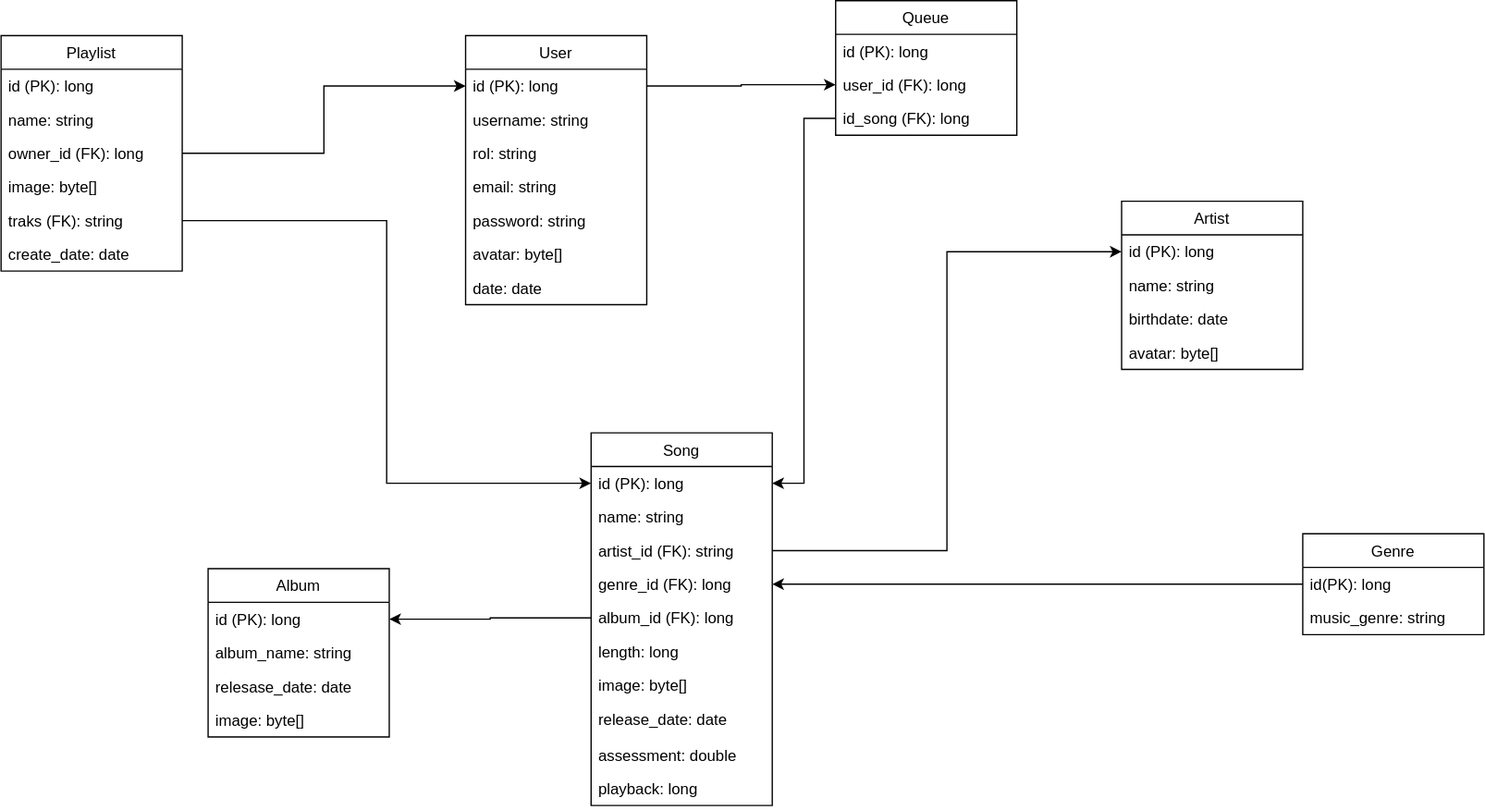
Earlier version of the draw.io export public/diagrama_UML.svg (Luisgb98/PFB-Kreitekfy). Source tidied: cells renumbered, new cells last; positions are measured from the earlier drawing's top-left corner, leaving out a move shared by most shapes. The source it was exported from:
```xml
<mxGraphModel>
  <root>
    <mxCell id="0" />
    <mxCell id="1" parent="0" />
    <mxCell id="2" value="Song" style="swimlane;fontStyle=0;horizontal=1;startSize=26;fillColor=none;" parent="1" vertex="1">
      <mxGeometry x="456" y="334" width="140" height="288" as="geometry" />
    </mxCell>
    <mxCell id="3" value="id (PK): long" style="text;strokeColor=none;fillColor=none;align=left;verticalAlign=top;spacingLeft=4;spacingRight=4;overflow=hidden;points=[[0,0.5],[1,0.5]];portConstraint=eastwest;" parent="2" vertex="1">
      <mxGeometry y="26" width="140" height="26" as="geometry" />
    </mxCell>
    <mxCell id="4" value="name: string" style="text;strokeColor=none;fillColor=none;align=left;verticalAlign=top;spacingLeft=4;spacingRight=4;overflow=hidden;" parent="2" vertex="1">
      <mxGeometry y="52" width="140" height="26" as="geometry" />
    </mxCell>
    <mxCell id="5" value="artist_id (FK): string" style="text;strokeColor=none;fillColor=none;align=left;verticalAlign=top;spacingLeft=4;spacingRight=4;overflow=hidden;points=[[0,0.5],[1,0.5]];portConstraint=eastwest;" parent="2" vertex="1">
      <mxGeometry y="78" width="140" height="26" as="geometry" />
    </mxCell>
    <mxCell id="6" value="genre_id (FK): long" style="text;strokeColor=none;fillColor=none;align=left;verticalAlign=top;spacingLeft=4;spacingRight=4;overflow=hidden;points=[[0,0.5],[1,0.5]];portConstraint=eastwest;" parent="2" vertex="1">
      <mxGeometry y="104" width="140" height="26" as="geometry" />
    </mxCell>
    <mxCell id="7" value="album_id (FK): long" style="text;strokeColor=none;fillColor=none;align=left;verticalAlign=top;spacingLeft=4;spacingRight=4;overflow=hidden;points=[[0,0.5],[1,0.5]];portConstraint=eastwest;" parent="2" vertex="1">
      <mxGeometry y="130" width="140" height="26" as="geometry" />
    </mxCell>
    <mxCell id="8" value="length: long" style="text;strokeColor=none;fillColor=none;align=left;verticalAlign=top;spacingLeft=4;spacingRight=4;overflow=hidden;" parent="2" vertex="1">
      <mxGeometry y="156" width="140" height="26" as="geometry" />
    </mxCell>
    <mxCell id="9" value="image: byte[]" style="text;strokeColor=none;fillColor=none;align=left;verticalAlign=top;spacingLeft=4;spacingRight=4;overflow=hidden;" parent="2" vertex="1">
      <mxGeometry y="182" width="140" height="26" as="geometry" />
    </mxCell>
    <mxCell id="10" value="release_date: date" style="text;strokeColor=none;fillColor=none;align=left;verticalAlign=top;spacingLeft=4;spacingRight=4;overflow=hidden;" parent="2" vertex="1">
      <mxGeometry y="208" width="140" height="28" as="geometry" />
    </mxCell>
    <mxCell id="11" value="assessment: double" style="text;strokeColor=none;fillColor=none;align=left;verticalAlign=top;spacingLeft=4;spacingRight=4;overflow=hidden;" parent="2" vertex="1">
      <mxGeometry y="236" width="140" height="26" as="geometry" />
    </mxCell>
    <mxCell id="12" value="playback: long" style="text;strokeColor=none;fillColor=none;align=left;verticalAlign=top;spacingLeft=4;spacingRight=4;overflow=hidden;" parent="2" vertex="1">
      <mxGeometry y="262" width="140" height="26" as="geometry" />
    </mxCell>
    <mxCell id="13" value="User" style="swimlane;fontStyle=0;horizontal=1;startSize=26;fillColor=none;" parent="1" vertex="1">
      <mxGeometry x="359" y="27" width="140" height="208" as="geometry" />
    </mxCell>
    <mxCell id="14" value="id (PK): long" style="text;strokeColor=none;fillColor=none;align=left;verticalAlign=top;spacingLeft=4;spacingRight=4;overflow=hidden;points=[[0,0.5],[1,0.5]];portConstraint=eastwest;" parent="13" vertex="1">
      <mxGeometry y="26" width="140" height="26" as="geometry" />
    </mxCell>
    <mxCell id="15" value="username: string" style="text;strokeColor=none;fillColor=none;align=left;verticalAlign=top;spacingLeft=4;spacingRight=4;overflow=hidden;" parent="13" vertex="1">
      <mxGeometry y="52" width="140" height="26" as="geometry" />
    </mxCell>
    <mxCell id="16" value="rol: string" style="text;strokeColor=none;fillColor=none;align=left;verticalAlign=top;spacingLeft=4;spacingRight=4;overflow=hidden;" parent="13" vertex="1">
      <mxGeometry y="78" width="140" height="26" as="geometry" />
    </mxCell>
    <mxCell id="17" value="email: string" style="text;strokeColor=none;fillColor=none;align=left;verticalAlign=top;spacingLeft=4;spacingRight=4;overflow=hidden;" parent="13" vertex="1">
      <mxGeometry y="104" width="140" height="26" as="geometry" />
    </mxCell>
    <mxCell id="18" value="password: string" style="text;strokeColor=none;fillColor=none;align=left;verticalAlign=top;spacingLeft=4;spacingRight=4;overflow=hidden;" parent="13" vertex="1">
      <mxGeometry y="130" width="140" height="26" as="geometry" />
    </mxCell>
    <mxCell id="19" value="avatar: byte[]" style="text;strokeColor=none;fillColor=none;align=left;verticalAlign=top;spacingLeft=4;spacingRight=4;overflow=hidden;" parent="13" vertex="1">
      <mxGeometry y="156" width="140" height="26" as="geometry" />
    </mxCell>
    <mxCell id="20" value="date: date" style="text;strokeColor=none;fillColor=none;align=left;verticalAlign=top;spacingLeft=4;spacingRight=4;overflow=hidden;" parent="13" vertex="1">
      <mxGeometry y="182" width="140" height="26" as="geometry" />
    </mxCell>
    <mxCell id="21" value="Artist" style="swimlane;fontStyle=0;horizontal=1;startSize=26;fillColor=none;" parent="1" vertex="1">
      <mxGeometry x="866" y="155" width="140" height="130" as="geometry" />
    </mxCell>
    <mxCell id="22" value="id (PK): long" style="text;strokeColor=none;fillColor=none;align=left;verticalAlign=top;spacingLeft=4;spacingRight=4;overflow=hidden;points=[[0,0.5],[1,0.5]];portConstraint=eastwest;" parent="21" vertex="1">
      <mxGeometry y="26" width="140" height="26" as="geometry" />
    </mxCell>
    <mxCell id="23" value="name: string" style="text;strokeColor=none;fillColor=none;align=left;verticalAlign=top;spacingLeft=4;spacingRight=4;overflow=hidden;" parent="21" vertex="1">
      <mxGeometry y="52" width="140" height="26" as="geometry" />
    </mxCell>
    <mxCell id="24" value="birthdate: date" style="text;strokeColor=none;fillColor=none;align=left;verticalAlign=top;spacingLeft=4;spacingRight=4;overflow=hidden;" parent="21" vertex="1">
      <mxGeometry y="78" width="140" height="26" as="geometry" />
    </mxCell>
    <mxCell id="25" value="avatar: byte[]" style="text;strokeColor=none;fillColor=none;align=left;verticalAlign=top;spacingLeft=4;spacingRight=4;overflow=hidden;" parent="21" vertex="1">
      <mxGeometry y="104" width="140" height="26" as="geometry" />
    </mxCell>
    <mxCell id="26" value="Album" style="swimlane;fontStyle=0;horizontal=1;startSize=26;fillColor=none;" parent="1" vertex="1">
      <mxGeometry x="160" y="439" width="140" height="130" as="geometry" />
    </mxCell>
    <mxCell id="27" value="id (PK): long" style="text;strokeColor=none;fillColor=none;align=left;verticalAlign=top;spacingLeft=4;spacingRight=4;overflow=hidden;points=[[0,0.5],[1,0.5]];portConstraint=eastwest;" parent="26" vertex="1">
      <mxGeometry y="26" width="140" height="26" as="geometry" />
    </mxCell>
    <mxCell id="28" value="album_name: string" style="text;strokeColor=none;fillColor=none;align=left;verticalAlign=top;spacingLeft=4;spacingRight=4;overflow=hidden;" parent="26" vertex="1">
      <mxGeometry y="52" width="140" height="26" as="geometry" />
    </mxCell>
    <mxCell id="29" value="relesase_date: date" style="text;strokeColor=none;fillColor=none;align=left;verticalAlign=top;spacingLeft=4;spacingRight=4;overflow=hidden;" parent="26" vertex="1">
      <mxGeometry y="78" width="140" height="26" as="geometry" />
    </mxCell>
    <mxCell id="30" value="image: byte[]" style="text;strokeColor=none;fillColor=none;align=left;verticalAlign=top;spacingLeft=4;spacingRight=4;overflow=hidden;" parent="26" vertex="1">
      <mxGeometry y="104" width="140" height="26" as="geometry" />
    </mxCell>
    <mxCell id="31" value="Genre" style="swimlane;fontStyle=0;horizontal=1;startSize=26;fillColor=none;" parent="1" vertex="1">
      <mxGeometry x="1006" y="412" width="140" height="78" as="geometry" />
    </mxCell>
    <mxCell id="32" value="id(PK): long" style="text;strokeColor=none;fillColor=none;align=left;verticalAlign=top;spacingLeft=4;spacingRight=4;overflow=hidden;points=[[0,0.5],[1,0.5]];portConstraint=eastwest;" parent="31" vertex="1">
      <mxGeometry y="26" width="140" height="26" as="geometry" />
    </mxCell>
    <mxCell id="33" value="music_genre: string" style="text;strokeColor=none;fillColor=none;align=left;verticalAlign=top;spacingLeft=4;spacingRight=4;overflow=hidden;" parent="31" vertex="1">
      <mxGeometry y="52" width="140" height="26" as="geometry" />
    </mxCell>
    <mxCell id="34" style="edgeStyle=orthogonalEdgeStyle;rounded=0;jettySize=auto;html=1;exitX=0;exitY=0.5;exitDx=0;exitDy=0;entryX=1;entryY=0.5;entryDx=0;entryDy=0;" parent="1" edge="1" source="32" target="6">
      <mxGeometry relative="1" as="geometry" />
    </mxCell>
    <mxCell id="35" style="edgeStyle=orthogonalEdgeStyle;rounded=0;jettySize=auto;html=1;exitX=1;exitY=0.5;exitDx=0;exitDy=0;entryX=0;entryY=0.5;entryDx=0;entryDy=0;" parent="1" edge="1" source="5" target="22">
      <mxGeometry relative="1" as="geometry" />
    </mxCell>
    <mxCell id="36" value="Queue" style="swimlane;fontStyle=0;horizontal=1;startSize=26;fillColor=none;" parent="1" vertex="1">
      <mxGeometry x="645" width="140" height="104" as="geometry" />
    </mxCell>
    <mxCell id="37" value="id (PK): long" style="text;strokeColor=none;fillColor=none;align=left;verticalAlign=top;spacingLeft=4;spacingRight=4;overflow=hidden;" parent="36" vertex="1">
      <mxGeometry y="26" width="140" height="26" as="geometry" />
    </mxCell>
    <mxCell id="38" value="user_id (FK): long" style="text;strokeColor=none;fillColor=none;align=left;verticalAlign=top;spacingLeft=4;spacingRight=4;overflow=hidden;points=[[0,0.5],[1,0.5]];portConstraint=eastwest;" parent="36" vertex="1">
      <mxGeometry y="52" width="140" height="26" as="geometry" />
    </mxCell>
    <mxCell id="39" value="id_song (FK): long" style="text;strokeColor=none;fillColor=none;align=left;verticalAlign=top;spacingLeft=4;spacingRight=4;overflow=hidden;points=[[0,0.5],[1,0.5]];portConstraint=eastwest;" parent="36" vertex="1">
      <mxGeometry y="78" width="140" height="26" as="geometry" />
    </mxCell>
    <mxCell id="40" style="edgeStyle=orthogonalEdgeStyle;rounded=0;jettySize=auto;html=1;exitX=0;exitY=0.5;exitDx=0;exitDy=0;" parent="1" edge="1" source="7" target="27">
      <mxGeometry relative="1" as="geometry" />
    </mxCell>
    <mxCell id="41" style="edgeStyle=orthogonalEdgeStyle;rounded=0;jettySize=auto;html=1;exitX=0;exitY=0.5;exitDx=0;exitDy=0;entryX=1;entryY=0.5;entryDx=0;entryDy=0;" parent="1" edge="1" source="39" target="3">
      <mxGeometry relative="1" as="geometry" />
    </mxCell>
    <mxCell id="42" style="edgeStyle=orthogonalEdgeStyle;rounded=0;jettySize=auto;html=1;exitX=1;exitY=0.5;exitDx=0;exitDy=0;entryX=0;entryY=0.5;entryDx=0;entryDy=0;" parent="1" edge="1" source="14" target="38">
      <mxGeometry relative="1" as="geometry" />
    </mxCell>
    <mxCell id="43" value="Playlist" style="swimlane;fontStyle=0;horizontal=1;startSize=26;fillColor=none;" parent="1" vertex="1">
      <mxGeometry y="27" width="140" height="182" as="geometry" />
    </mxCell>
    <mxCell id="44" value="id (PK): long" style="text;strokeColor=none;fillColor=none;align=left;verticalAlign=top;spacingLeft=4;spacingRight=4;overflow=hidden;" parent="43" vertex="1">
      <mxGeometry y="26" width="140" height="26" as="geometry" />
    </mxCell>
    <mxCell id="45" value="name: string" style="text;strokeColor=none;fillColor=none;align=left;verticalAlign=top;spacingLeft=4;spacingRight=4;overflow=hidden;" parent="43" vertex="1">
      <mxGeometry y="52" width="140" height="26" as="geometry" />
    </mxCell>
    <mxCell id="46" value="owner_id (FK): long" style="text;strokeColor=none;fillColor=none;align=left;verticalAlign=top;spacingLeft=4;spacingRight=4;overflow=hidden;points=[[0,0.5],[1,0.5]];portConstraint=eastwest;" parent="43" vertex="1">
      <mxGeometry y="78" width="140" height="26" as="geometry" />
    </mxCell>
    <mxCell id="47" value="image: byte[]" style="text;strokeColor=none;fillColor=none;align=left;verticalAlign=top;spacingLeft=4;spacingRight=4;overflow=hidden;" parent="43" vertex="1">
      <mxGeometry y="104" width="140" height="26" as="geometry" />
    </mxCell>
    <mxCell id="48" value="traks (FK): string" style="text;strokeColor=none;fillColor=none;align=left;verticalAlign=top;spacingLeft=4;spacingRight=4;overflow=hidden;points=[[0,0.5],[1,0.5]];portConstraint=eastwest;" parent="43" vertex="1">
      <mxGeometry y="130" width="140" height="26" as="geometry" />
    </mxCell>
    <mxCell id="49" value="create_date: date" style="text;strokeColor=none;fillColor=none;align=left;verticalAlign=top;spacingLeft=4;spacingRight=4;overflow=hidden;" parent="43" vertex="1">
      <mxGeometry y="156" width="140" height="26" as="geometry" />
    </mxCell>
    <mxCell id="50" style="edgeStyle=orthogonalEdgeStyle;rounded=0;jettySize=auto;html=1;exitX=1;exitY=0.5;exitDx=0;exitDy=0;entryX=0;entryY=0.5;entryDx=0;entryDy=0;" parent="1" edge="1" source="46" target="14">
      <mxGeometry relative="1" as="geometry" />
    </mxCell>
    <mxCell id="51" style="edgeStyle=orthogonalEdgeStyle;rounded=0;jettySize=auto;html=1;exitX=1;exitY=0.5;exitDx=0;exitDy=0;entryX=0;entryY=0.5;entryDx=0;entryDy=0;" parent="1" edge="1" source="48" target="3">
      <mxGeometry relative="1" as="geometry" />
    </mxCell>
  </root>
</mxGraphModel>
```
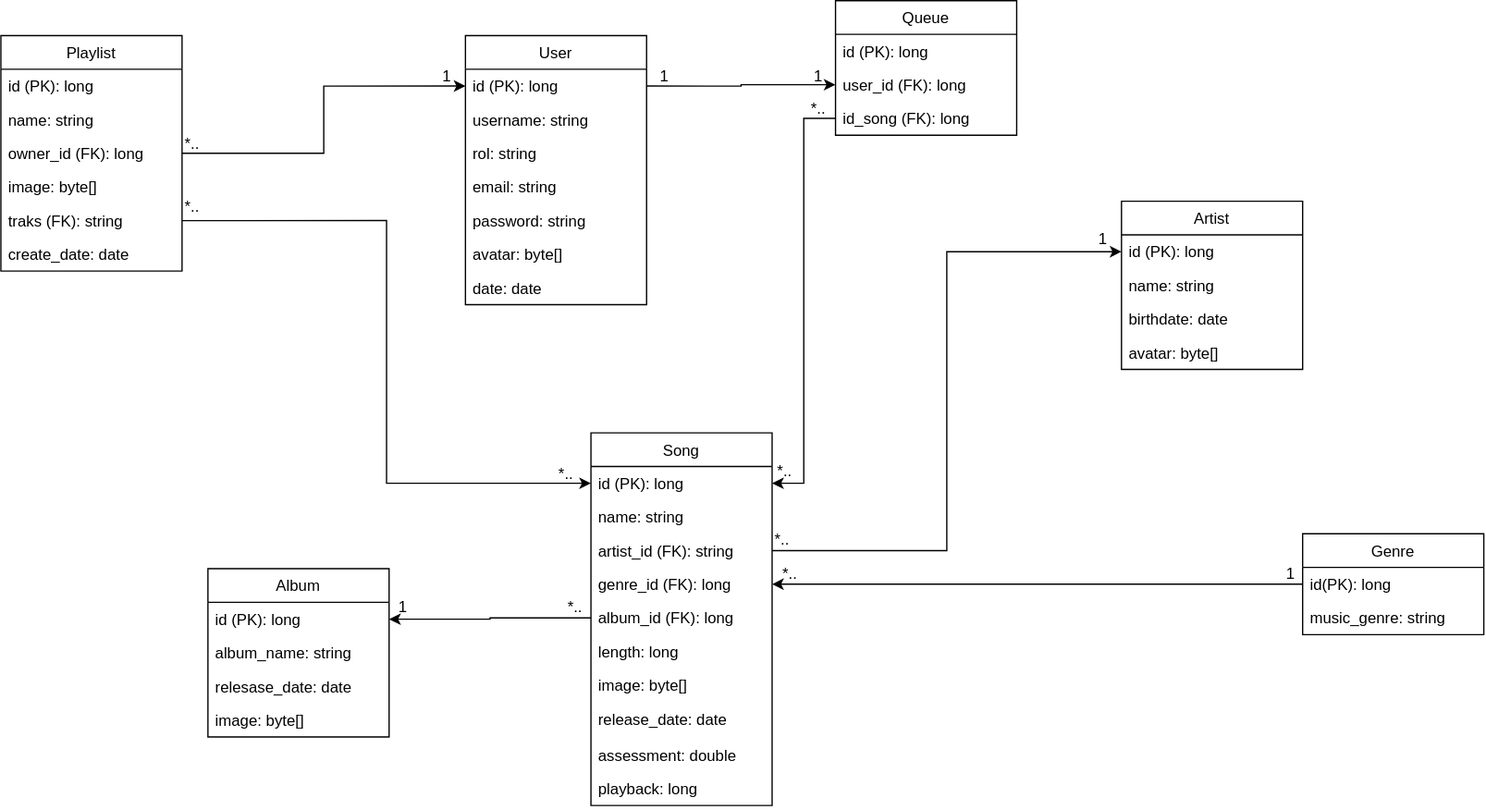
After the commit.

Change to the diagram source:
```diff
@@ -152,5 +152,47 @@
     <mxCell id="51" style="edgeStyle=orthogonalEdgeStyle;rounded=0;jettySize=auto;html=1;exitX=1;exitY=0.5;exitDx=0;exitDy=0;entryX=0;entryY=0.5;entryDx=0;entryDy=0;" parent="1" edge="1" source="48" target="3">
       <mxGeometry relative="1" as="geometry" />
     </mxCell>
+    <mxCell id="52" value="1" style="text;html=1;strokeColor=none;fillColor=none;align=center;verticalAlign=middle;whiteSpace=wrap;rounded=0;" parent="1" vertex="1">
+      <mxGeometry x="315" y="44" width="60" height="30" as="geometry" />
+    </mxCell>
+    <mxCell id="53" value="*.." style="text;html=1;strokeColor=none;fillColor=none;align=center;verticalAlign=middle;whiteSpace=wrap;rounded=0;" parent="1" vertex="1">
+      <mxGeometry x="118" y="96" width="60" height="30" as="geometry" />
+    </mxCell>
+    <mxCell id="54" value="1" style="text;html=1;strokeColor=none;fillColor=none;align=center;verticalAlign=middle;whiteSpace=wrap;rounded=0;" parent="1" vertex="1">
+      <mxGeometry x="822" y="170" width="60" height="30" as="geometry" />
+    </mxCell>
+    <mxCell id="55" value="*.." style="text;html=1;strokeColor=none;fillColor=none;align=center;verticalAlign=middle;whiteSpace=wrap;rounded=0;" parent="1" vertex="1">
+      <mxGeometry x="574" y="402" width="60" height="30" as="geometry" />
+    </mxCell>
+    <mxCell id="56" value="*.." style="text;html=1;strokeColor=none;fillColor=none;align=center;verticalAlign=middle;whiteSpace=wrap;rounded=0;" parent="1" vertex="1">
+      <mxGeometry x="414" y="454" width="60" height="30" as="geometry" />
+    </mxCell>
+    <mxCell id="57" value="1" style="text;html=1;strokeColor=none;fillColor=none;align=center;verticalAlign=middle;whiteSpace=wrap;rounded=0;" parent="1" vertex="1">
+      <mxGeometry x="281" y="454" width="60" height="30" as="geometry" />
+    </mxCell>
+    <mxCell id="58" value="*.." style="text;html=1;strokeColor=none;fillColor=none;align=center;verticalAlign=middle;whiteSpace=wrap;rounded=0;" parent="1" vertex="1">
+      <mxGeometry x="580" y="428" width="60" height="30" as="geometry" />
+    </mxCell>
+    <mxCell id="59" value="1" style="text;html=1;strokeColor=none;fillColor=none;align=center;verticalAlign=middle;whiteSpace=wrap;rounded=0;" parent="1" vertex="1">
+      <mxGeometry x="967" y="428" width="60" height="30" as="geometry" />
+    </mxCell>
+    <mxCell id="60" value="*.." style="text;html=1;strokeColor=none;fillColor=none;align=center;verticalAlign=middle;whiteSpace=wrap;rounded=0;" parent="1" vertex="1">
+      <mxGeometry x="576" y="349" width="60" height="30" as="geometry" />
+    </mxCell>
+    <mxCell id="61" value="1" style="text;html=1;strokeColor=none;fillColor=none;align=center;verticalAlign=middle;whiteSpace=wrap;rounded=0;" parent="1" vertex="1">
+      <mxGeometry x="602" y="44" width="60" height="30" as="geometry" />
+    </mxCell>
+    <mxCell id="62" value="*.." style="text;html=1;strokeColor=none;fillColor=none;align=center;verticalAlign=middle;whiteSpace=wrap;rounded=0;" parent="1" vertex="1">
+      <mxGeometry x="407" y="351" width="60" height="30" as="geometry" />
+    </mxCell>
+    <mxCell id="63" value="*.." style="text;html=1;strokeColor=none;fillColor=none;align=center;verticalAlign=middle;whiteSpace=wrap;rounded=0;" parent="1" vertex="1">
+      <mxGeometry x="118" y="145" width="60" height="30" as="geometry" />
+    </mxCell>
+    <mxCell id="64" value="*.." style="text;html=1;strokeColor=none;fillColor=none;align=center;verticalAlign=middle;whiteSpace=wrap;rounded=0;" parent="1" vertex="1">
+      <mxGeometry x="602" y="69" width="60" height="30" as="geometry" />
+    </mxCell>
+    <mxCell id="65" value="1" style="text;html=1;strokeColor=none;fillColor=none;align=center;verticalAlign=middle;whiteSpace=wrap;rounded=0;" parent="1" vertex="1">
+      <mxGeometry x="483" y="44" width="60" height="30" as="geometry" />
+    </mxCell>
   </root>
 </mxGraphModel>
```
